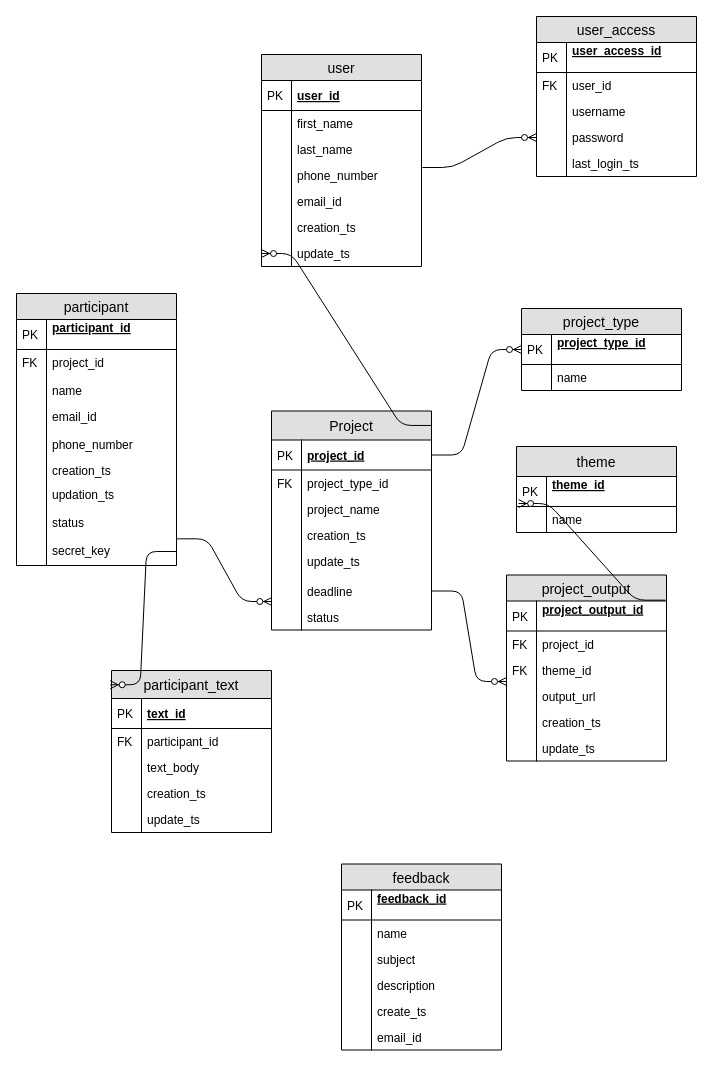
Earlier version of the draw.io diagram wyshpal-db-design.drawio (sarojkmb/wyshpal-api). Source tidied: cells renumbered, new cells numbered last; positions are measured from the earlier drawing's top-left corner, leaving out a move shared by most shapes. Both pictures are drawn from the tidied source at 100%, with x=0, y=0 at pixel (16, 16).
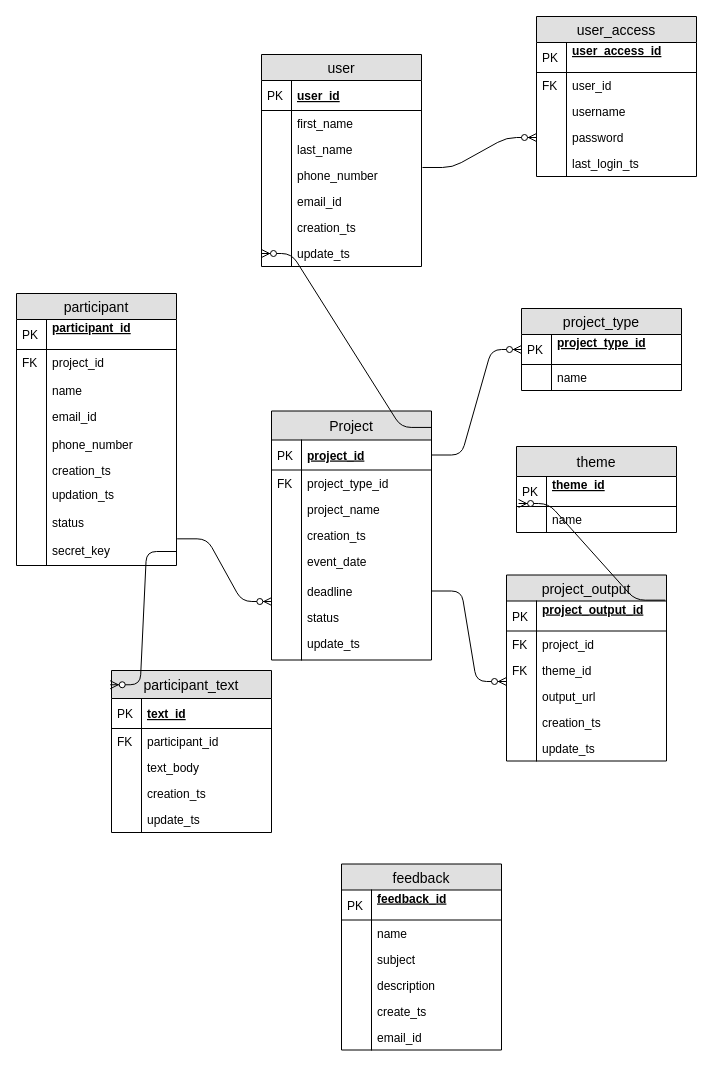
After the change.

The edit, as a diff of the source:
```diff
@@
     <mxCell id="52" value="Project" style="swimlane;fontStyle=0;horizontal=1;startSize=29;fillColor=#e0e0e0;swimlaneFillColor=#ffffff;align=center;fontSize=14;" parent="1" vertex="1">
-      <mxGeometry x="255" y="394.5" width="160" height="219" as="geometry" />
+      <mxGeometry x="255" y="394.5" width="160" height="249" as="geometry" />
     </mxCell>
@@
-    <mxCell id="61" value="update_ts" style="shape=partialRectangle;top=0;left=0;right=0;bottom=0;align=left;verticalAlign=top;fillColor=none;spacingLeft=34;spacingRight=4;overflow=hidden;fontSize=12;" parent="52" vertex="1">
+    <mxCell id="61" value="event_date" style="shape=partialRectangle;top=0;left=0;right=0;bottom=0;align=left;verticalAlign=top;fillColor=none;spacingLeft=34;spacingRight=4;overflow=hidden;fontSize=12;" parent="52" vertex="1">
       <mxGeometry y="137" width="160" height="30" as="geometry" />
     </mxCell>
@@
+    <mxCell id="116" value="update_ts" style="shape=partialRectangle;top=0;left=0;right=0;bottom=0;align=left;verticalAlign=top;fillColor=none;spacingLeft=34;spacingRight=4;overflow=hidden;fontSize=12;" parent="52" vertex="1">
+      <mxGeometry y="219" width="160" height="30" as="geometry" />
+    </mxCell>
+    <mxCell id="117" style="shape=partialRectangle;top=0;left=0;bottom=0;fillColor=none;align=left;verticalAlign=top;spacingLeft=4;spacingRight=4;overflow=hidden;fontSize=12;" parent="116" vertex="1">
+      <mxGeometry width="30" height="30" as="geometry" />
+    </mxCell>
```
